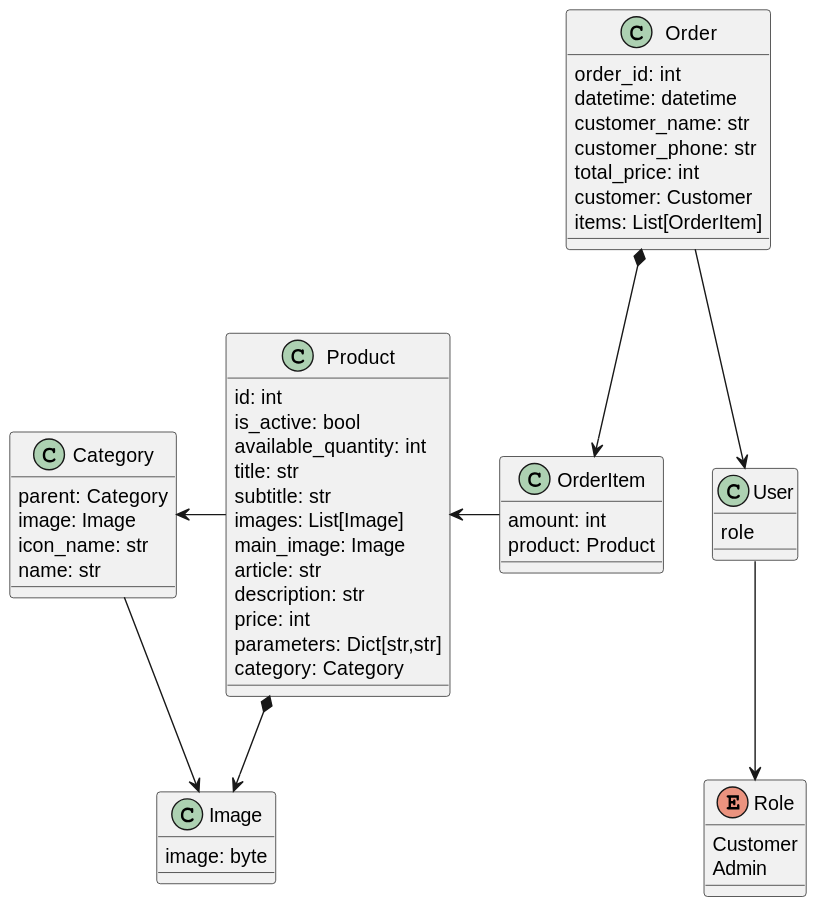
The PlantUML diagram out/uml/product.class/product.class.svg in Dominus8/e-note.group, before a commit.
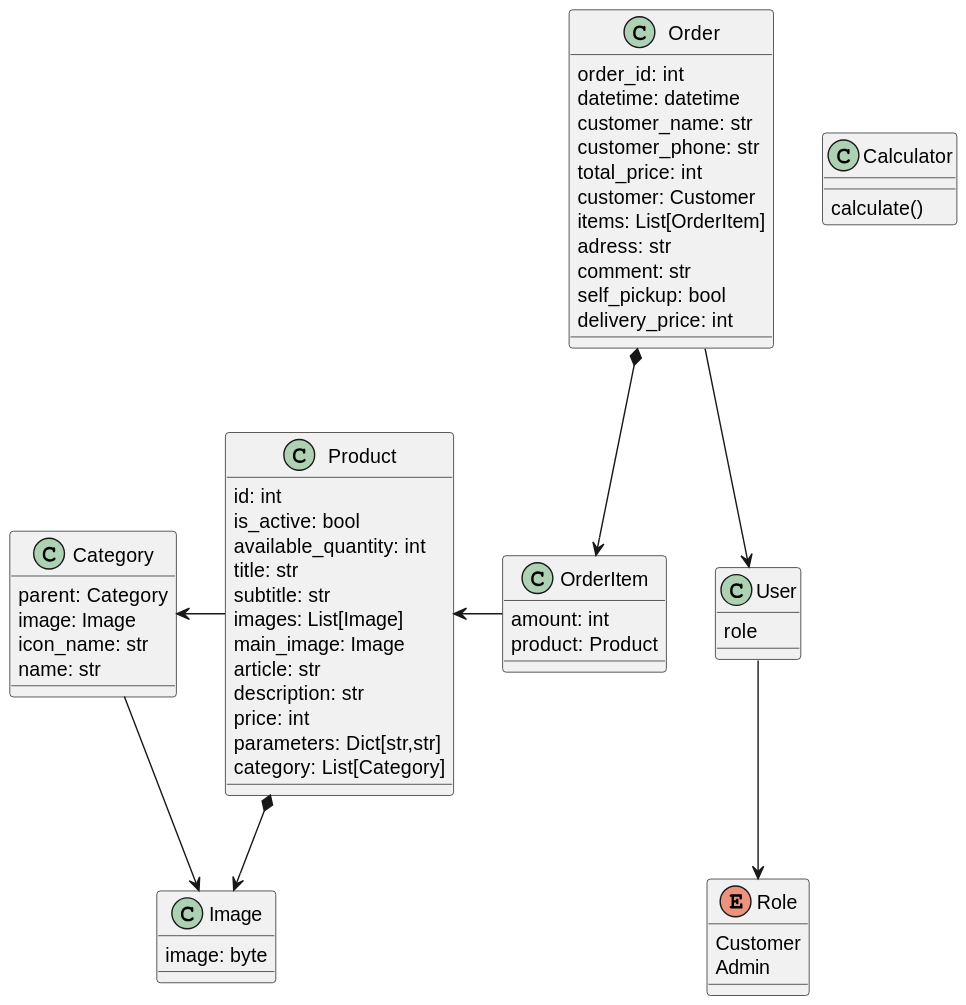
Above is the later version.

What changed in the source:
```diff
@@ -11,7 +11,7 @@
     description: str
     price: int
     parameters: Dict[str,str]
-    category: Category
+    category: List[Category]
 }
 
 class Image{
@@ -34,11 +34,19 @@
     total_price: int
     customer: Customer
     items: List[OrderItem]
+    adress: str
+    comment: str
+    self_pickup: bool
+    delivery_price: int
 }
 
 class OrderItem{
     amount: int
     product: Product
+}
+
+class Calculator{
+    calculate()
 }
 
 
```
